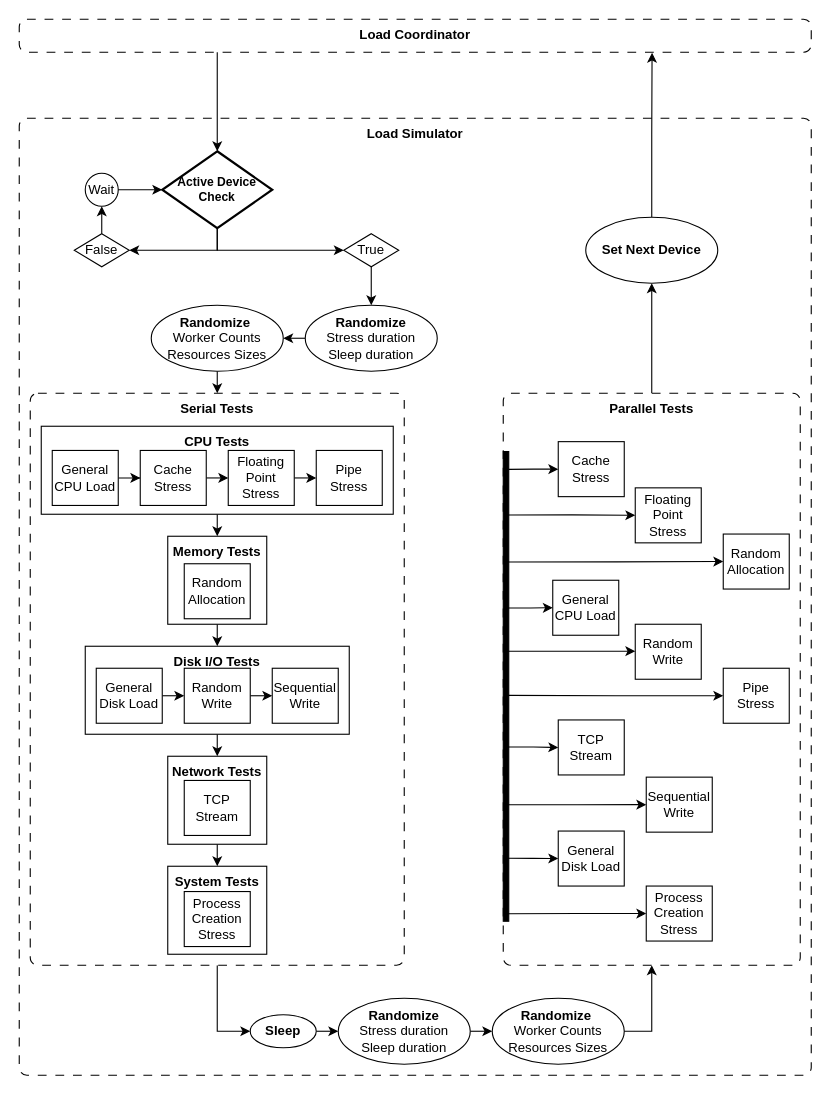
vitorco7/saturmon keeps this draw.io diagram as texto/Diagrams/load-generator-flowchart/final_load_flowchart.drawio. Above is the earlier version. Source tidied: cells renumbered, new cells numbered last; positions are measured from the earlier drawing's top-left corner, leaving out a move shared by most shapes. Both pictures are drawn from the tidied source at 110%, with x=0, y=0 at pixel (19, 19).
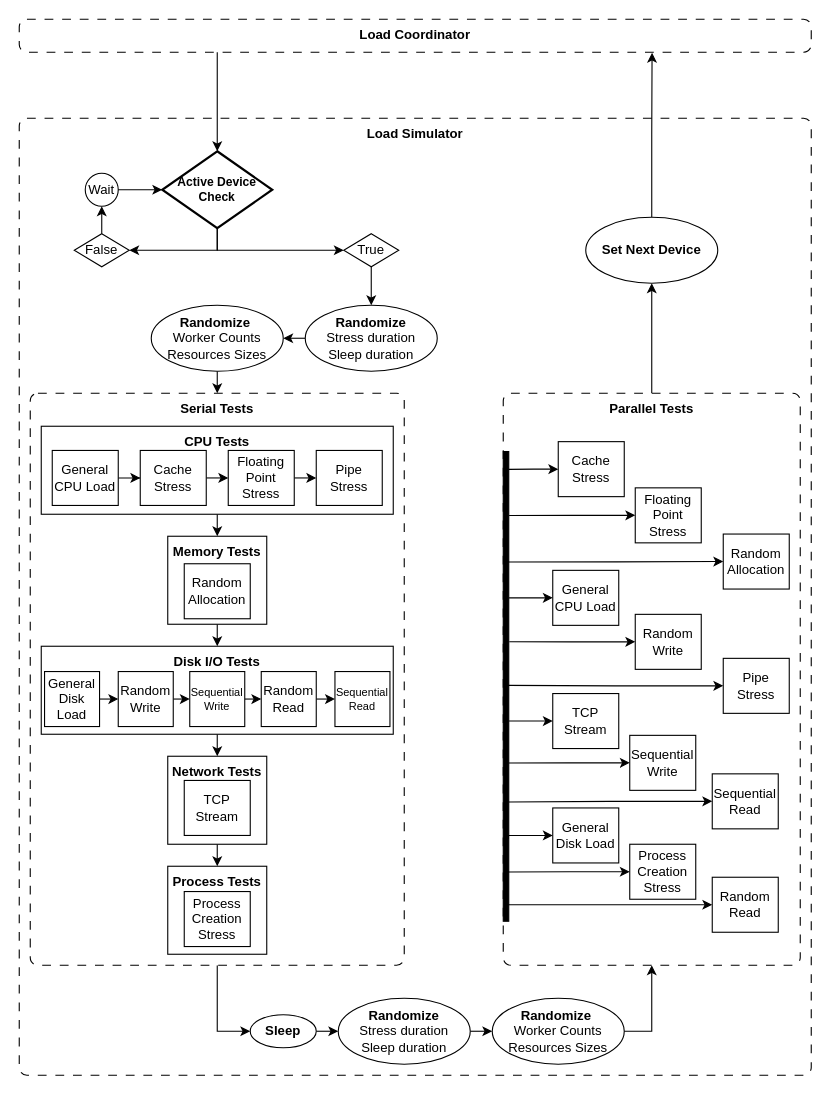
The same diagram, later.

Commit message (it also covers changes not shown here):
change disk panels intervals + add disk read tests load_flowchart

The change refers to these unchanged cells:
```xml
<mxCell id="12" style="group;" parent="1" vertex="1">
  <mxGeometry x="10" y="340" width="710" height="640" as="geometry" />
</mxCell>
<mxCell id="41" value="Floating Point Stress" style="html=1;dashed=0;whiteSpace=wrap;" parent="1" vertex="1">
  <mxGeometry x="560" y="426" width="60" height="50" as="geometry" />
</mxCell>
<mxCell id="47" style="html=1;points=[];perimeter=orthogonalPerimeter;fillColor=strokeColor;strokeWidth=1;" parent="1" vertex="1">
  <mxGeometry x="440" y="393" width="5" height="427" as="geometry" />
</mxCell>
```

The edit, as a diff of the source:
```diff
@@
-    <mxCell id="14" value="&lt;b&gt;System Tests&lt;/b&gt;" style="html=1;dashed=0;whiteSpace=wrap;shadow=0;verticalAlign=top;fontSize=12;" parent="12" vertex="1">
+    <mxCell id="14" value="&lt;b&gt;Process&amp;nbsp;Tests&lt;/b&gt;" style="html=1;dashed=0;whiteSpace=wrap;shadow=0;verticalAlign=top;fontSize=12;" parent="12" vertex="1">
       <mxGeometry x="125" y="430" width="90" height="80" as="geometry" />
     </mxCell>
@@
     <mxCell id="18" value="&lt;b&gt;Disk I/O Tests&lt;/b&gt;" style="html=1;dashed=0;whiteSpace=wrap;shadow=0;verticalAlign=top;fontSize=12;" parent="12" vertex="1">
-      <mxGeometry x="50" y="230" width="240" height="80" as="geometry" />
+      <mxGeometry x="10" y="230" width="320" height="80" as="geometry" />
     </mxCell>
@@
     <mxCell id="29" value="General Disk Load" style="html=1;dashed=0;whiteSpace=wrap;" parent="12" vertex="1">
-      <mxGeometry x="60" y="250" width="60" height="50" as="geometry" />
+      <mxGeometry x="13" y="253" width="50" height="50" as="geometry" />
     </mxCell>
@@
     <mxCell id="31" value="Random Write" style="html=1;dashed=0;whiteSpace=wrap;" parent="12" vertex="1">
-      <mxGeometry x="140" y="250" width="60" height="50" as="geometry" />
+      <mxGeometry x="80" y="253" width="50" height="50" as="geometry" />
     </mxCell>
+    <mxCell id="78" style="edgeStyle=orthogonalEdgeStyle;rounded=0;jettySize=auto;html=1;exitX=1;exitY=0.5;exitDx=0;exitDy=0;entryX=0;entryY=0.5;entryDx=0;entryDy=0;" parent="12" edge="1" source="32" target="80">
+      <mxGeometry relative="1" as="geometry" />
+    </mxCell>
-    <mxCell id="32" value="Sequential Write" style="html=1;dashed=0;whiteSpace=wrap;" parent="12" vertex="1">
-      <mxGeometry x="220" y="250" width="60" height="50" as="geometry" />
+    <mxCell id="32" value="Sequential Write" style="html=1;dashed=0;whiteSpace=wrap;fontSize=10;" parent="12" vertex="1">
+      <mxGeometry x="145" y="253" width="50" height="50" as="geometry" />
     </mxCell>
@@
+    <mxCell id="79" style="edgeStyle=orthogonalEdgeStyle;rounded=0;jettySize=auto;html=1;exitX=1;exitY=0.5;exitDx=0;exitDy=0;entryX=0;entryY=0.5;entryDx=0;entryDy=0;" parent="12" edge="1" source="80" target="81">
+      <mxGeometry relative="1" as="geometry" />
+    </mxCell>
+    <mxCell id="80" value="Random Read" style="html=1;dashed=0;whiteSpace=wrap;" parent="12" vertex="1">
+      <mxGeometry x="210" y="253" width="50" height="50" as="geometry" />
+    </mxCell>
+    <mxCell id="81" value="Sequential Read" style="html=1;dashed=0;whiteSpace=wrap;fontSize=10;" parent="12" vertex="1">
+      <mxGeometry x="277" y="253" width="50" height="50" as="geometry" />
+    </mxCell>
@@
     <mxCell id="42" value="&lt;div&gt;Pipe Stress&lt;/div&gt;" style="html=1;dashed=0;whiteSpace=wrap;" parent="1" vertex="1">
-      <mxGeometry x="640" y="590" width="60" height="50" as="geometry" />
+      <mxGeometry x="640" y="581" width="60" height="50" as="geometry" />
     </mxCell>
     <mxCell id="43" value="Random Write" style="html=1;dashed=0;whiteSpace=wrap;" parent="1" vertex="1">
-      <mxGeometry x="560" y="550" width="60" height="50" as="geometry" />
+      <mxGeometry x="560" y="541" width="60" height="50" as="geometry" />
     </mxCell>
     <mxCell id="44" value="Sequential Write" style="html=1;dashed=0;whiteSpace=wrap;" parent="1" vertex="1">
-      <mxGeometry x="570" y="689" width="60" height="50" as="geometry" />
+      <mxGeometry x="555" y="651" width="60" height="50" as="geometry" />
     </mxCell>
     <mxCell id="45" value="TCP Stream" style="html=1;dashed=0;whiteSpace=wrap;" parent="1" vertex="1">
-      <mxGeometry x="490" y="637" width="60" height="50" as="geometry" />
+      <mxGeometry x="485" y="613" width="60" height="50" as="geometry" />
     </mxCell>
-    <mxCell id="46" value="Process Creation Stress" style="html=1;dashed=0;whiteSpace=wrap;" parent="1" vertex="1">
-      <mxGeometry x="570" y="788" width="60" height="50" as="geometry" />
-    </mxCell>
@@
     <mxCell id="48" value="General CPU Load" style="html=1;dashed=0;whiteSpace=wrap;" parent="1" vertex="1">
-      <mxGeometry x="485" y="510" width="60" height="50" as="geometry" />
+      <mxGeometry x="485" y="501" width="60" height="50" as="geometry" />
     </mxCell>
     <mxCell id="49" value="General Disk Load" style="html=1;dashed=0;whiteSpace=wrap;" parent="1" vertex="1">
-      <mxGeometry x="490" y="738" width="60" height="50" as="geometry" />
+      <mxGeometry x="485" y="717" width="60" height="50" as="geometry" />
     </mxCell>
@@
-    <mxCell id="52" style="edgeStyle=orthogonalEdgeStyle;rounded=0;jettySize=auto;html=1;exitX=0.819;exitY=0.135;exitDx=0;exitDy=0;entryX=0;entryY=0.5;entryDx=0;entryDy=0;exitPerimeter=0;" parent="1" edge="1" source="47" target="41">
-      <mxGeometry relative="1" as="geometry" />
-    </mxCell>
-    <mxCell id="53" style="edgeStyle=orthogonalEdgeStyle;rounded=0;jettySize=auto;html=1;exitX=0.64;exitY=0.629;exitDx=0;exitDy=0;exitPerimeter=0;entryX=0;entryY=0.5;entryDx=0;entryDy=0;" parent="1" edge="1" source="47" target="45">
-      <mxGeometry relative="1" as="geometry" />
-    </mxCell>
-    <mxCell id="54" style="edgeStyle=orthogonalEdgeStyle;rounded=0;jettySize=auto;html=1;exitX=0.714;exitY=0.752;exitDx=0;exitDy=0;entryX=0;entryY=0.5;entryDx=0;entryDy=0;exitPerimeter=0;" parent="1" edge="1" source="47" target="44">
-      <mxGeometry relative="1" as="geometry" />
-    </mxCell>
-    <mxCell id="55" style="edgeStyle=orthogonalEdgeStyle;rounded=0;jettySize=auto;html=1;exitX=0.6;exitY=0.866;exitDx=0;exitDy=0;entryX=0;entryY=0.5;entryDx=0;entryDy=0;exitPerimeter=0;" parent="1" edge="1" source="47" target="49">
-      <mxGeometry relative="1" as="geometry" />
-    </mxCell>
-    <mxCell id="56" style="edgeStyle=orthogonalEdgeStyle;rounded=0;jettySize=auto;html=1;exitX=0.724;exitY=0.333;exitDx=0;exitDy=0;entryX=0;entryY=0.5;entryDx=0;entryDy=0;exitPerimeter=0;" parent="1" edge="1" source="47" target="48">
-      <mxGeometry relative="1" as="geometry" />
-    </mxCell>
-    <mxCell id="57" style="edgeStyle=orthogonalEdgeStyle;rounded=0;jettySize=auto;html=1;exitX=0;exitY=0.5;exitDx=0;exitDy=0;entryX=0.629;entryY=0.984;entryDx=0;entryDy=0;entryPerimeter=0;startArrow=classic;startFill=1;endArrow=none;endFill=0;" parent="1" edge="1" source="46" target="47">
-      <mxGeometry relative="1" as="geometry" />
-    </mxCell>
-    <mxCell id="58" style="edgeStyle=orthogonalEdgeStyle;rounded=0;jettySize=auto;html=1;exitX=0;exitY=0.5;exitDx=0;exitDy=0;entryX=0.533;entryY=0.519;entryDx=0;entryDy=0;entryPerimeter=0;startArrow=classic;startFill=1;endArrow=none;endFill=0;" parent="1" edge="1" source="42" target="47">
-      <mxGeometry relative="1" as="geometry" />
+    <mxCell id="58" style="edgeStyle=orthogonalEdgeStyle;rounded=0;jettySize=auto;html=1;exitX=0;exitY=0.5;exitDx=0;exitDy=0;entryX=0.533;entryY=0.519;entryDx=0;entryDy=0;entryPerimeter=0;startArrow=classic;startFill=1;endArrow=none;endFill=0;" parent="1" edge="1" source="42">
+      <mxGeometry relative="1" as="geometry">
+        <mxPoint x="442.7" y="605.6" as="targetPoint" />
+      </mxGeometry>
     </mxCell>
-    <mxCell id="59" style="edgeStyle=orthogonalEdgeStyle;rounded=0;jettySize=auto;html=1;exitX=0;exitY=0.5;exitDx=0;exitDy=0;entryX=0.914;entryY=0.425;entryDx=0;entryDy=0;entryPerimeter=0;startArrow=classic;startFill=1;endArrow=none;endFill=0;" parent="1" edge="1" source="43" target="47">
-      <mxGeometry relative="1" as="geometry">
-        <Array as="points">
-          <mxPoint x="445" y="575" />
-        </Array>
-      </mxGeometry>
-    </mxCell>
@@
+    <mxCell id="82" value="Sequential Read" style="html=1;dashed=0;whiteSpace=wrap;" parent="1" vertex="1">
+      <mxGeometry x="630" y="686" width="60" height="50" as="geometry" />
+    </mxCell>
+    <mxCell id="46" value="Process Creation Stress" style="html=1;dashed=0;whiteSpace=wrap;" parent="1" vertex="1">
+      <mxGeometry x="555" y="750" width="60" height="50" as="geometry" />
+    </mxCell>
+    <mxCell id="83" value="&lt;div&gt;Random Read&lt;/div&gt;" style="html=1;dashed=0;whiteSpace=wrap;" parent="1" vertex="1">
+      <mxGeometry x="630" y="780" width="60" height="50" as="geometry" />
+    </mxCell>
+    <mxCell id="84" style="edgeStyle=orthogonalEdgeStyle;rounded=0;jettySize=auto;html=1;exitX=0;exitY=0.5;exitDx=0;exitDy=0;entryX=1.067;entryY=0.136;entryDx=0;entryDy=0;entryPerimeter=0;startArrow=classic;startFill=1;endArrow=none;endFill=0;" parent="1" edge="1" source="41" target="47">
+      <mxGeometry relative="1" as="geometry" />
+    </mxCell>
+    <mxCell id="85" style="edgeStyle=orthogonalEdgeStyle;rounded=0;jettySize=auto;html=1;exitX=0;exitY=0.5;exitDx=0;exitDy=0;entryX=1.067;entryY=0.311;entryDx=0;entryDy=0;entryPerimeter=0;startArrow=classic;startFill=1;endArrow=none;endFill=0;" parent="1" edge="1" source="48" target="47">
+      <mxGeometry relative="1" as="geometry" />
+    </mxCell>
+    <mxCell id="86" style="edgeStyle=orthogonalEdgeStyle;rounded=0;jettySize=auto;html=1;exitX=0;exitY=0.5;exitDx=0;exitDy=0;entryX=1.067;entryY=0.575;entryDx=0;entryDy=0;entryPerimeter=0;startArrow=classic;startFill=1;endArrow=none;endFill=0;" parent="1" edge="1" source="45" target="47">
+      <mxGeometry relative="1" as="geometry" />
+    </mxCell>
+    <mxCell id="87" style="edgeStyle=orthogonalEdgeStyle;rounded=0;jettySize=auto;html=1;exitX=0;exitY=0.5;exitDx=0;exitDy=0;entryX=1;entryY=0.663;entryDx=0;entryDy=0;entryPerimeter=0;startArrow=classic;startFill=1;endArrow=none;endFill=0;" parent="1" edge="1" source="44" target="47">
+      <mxGeometry relative="1" as="geometry" />
+    </mxCell>
+    <mxCell id="88" style="edgeStyle=orthogonalEdgeStyle;rounded=0;jettySize=auto;html=1;exitX=0;exitY=0.5;exitDx=0;exitDy=0;entryX=0.791;entryY=0.965;entryDx=0;entryDy=0;entryPerimeter=0;startArrow=classic;startFill=1;endArrow=none;endFill=0;" parent="1" edge="1" source="83" target="47">
+      <mxGeometry relative="1" as="geometry" />
+    </mxCell>
+    <mxCell id="57" style="edgeStyle=orthogonalEdgeStyle;rounded=0;jettySize=auto;html=1;exitX=0;exitY=0.5;exitDx=0;exitDy=0;entryX=0.883;entryY=0.895;entryDx=0;entryDy=0;entryPerimeter=0;startArrow=classic;startFill=1;endArrow=none;endFill=0;" parent="1" edge="1" source="46" target="47">
+      <mxGeometry relative="1" as="geometry" />
+    </mxCell>
+    <mxCell id="89" style="edgeStyle=orthogonalEdgeStyle;rounded=0;jettySize=auto;html=1;exitX=0;exitY=0.5;exitDx=0;exitDy=0;entryX=1.021;entryY=0.746;entryDx=0;entryDy=0;entryPerimeter=0;startArrow=classic;startFill=1;endArrow=none;endFill=0;" parent="1" edge="1" source="82" target="47">
+      <mxGeometry relative="1" as="geometry" />
+    </mxCell>
+    <mxCell id="90" style="edgeStyle=orthogonalEdgeStyle;rounded=0;jettySize=auto;html=1;exitX=0;exitY=0.5;exitDx=0;exitDy=0;entryX=0.929;entryY=0.825;entryDx=0;entryDy=0;entryPerimeter=0;startArrow=classic;startFill=1;endArrow=none;endFill=0;" parent="1" edge="1" source="49" target="47">
+      <mxGeometry relative="1" as="geometry">
+        <Array as="points">
+          <mxPoint x="445" y="742" />
+        </Array>
+      </mxGeometry>
+    </mxCell>
+    <mxCell id="59" style="edgeStyle=orthogonalEdgeStyle;rounded=0;jettySize=auto;html=1;exitX=0;exitY=0.5;exitDx=0;exitDy=0;entryX=1.097;entryY=0.405;entryDx=0;entryDy=0;entryPerimeter=0;startArrow=classic;startFill=1;endArrow=none;endFill=0;" parent="1" edge="1" source="43" target="47">
+      <mxGeometry relative="1" as="geometry" />
+    </mxCell>
```
